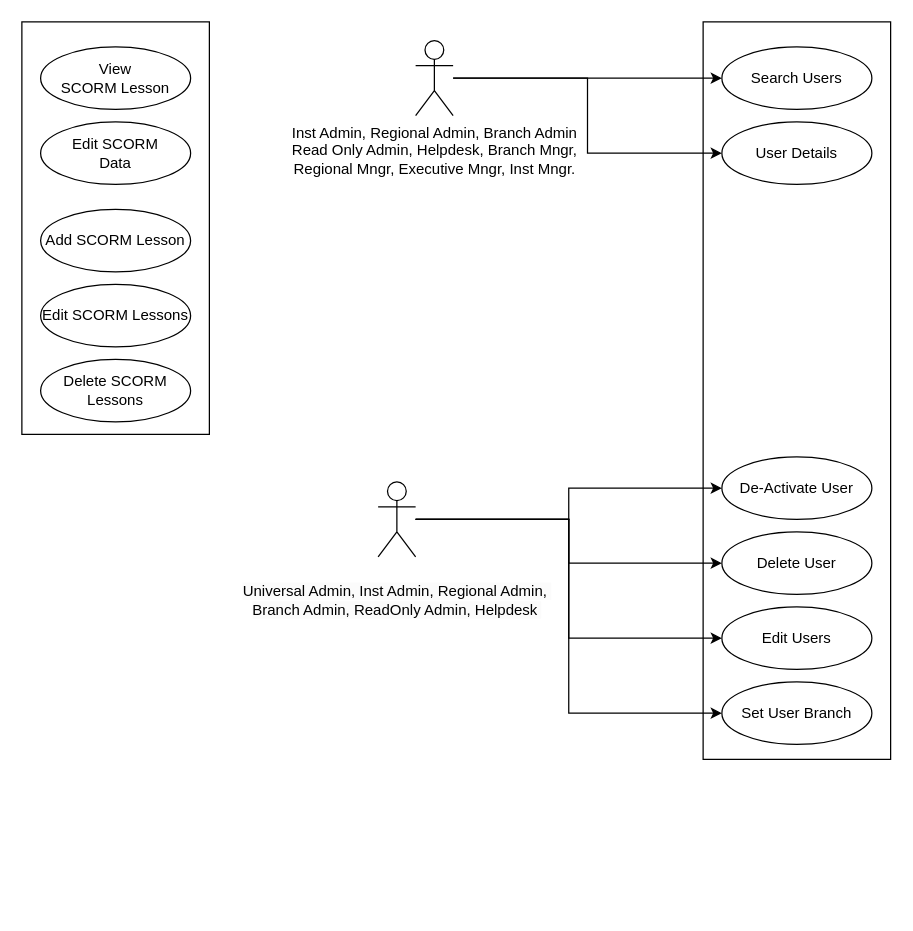
Earlier version of the draw.io diagram page "UC Users" (4 of 6) of Architecture_Document.drawio (ziaul-farooqui/regulatoryu). Source tidied: cells renumbered, new cells numbered last; positions are measured from the earlier drawing's top-left corner, leaving out a move shared by most shapes. Both pictures are drawn from the tidied source at 125%, with x=0, y=0 at pixel (21, 21).
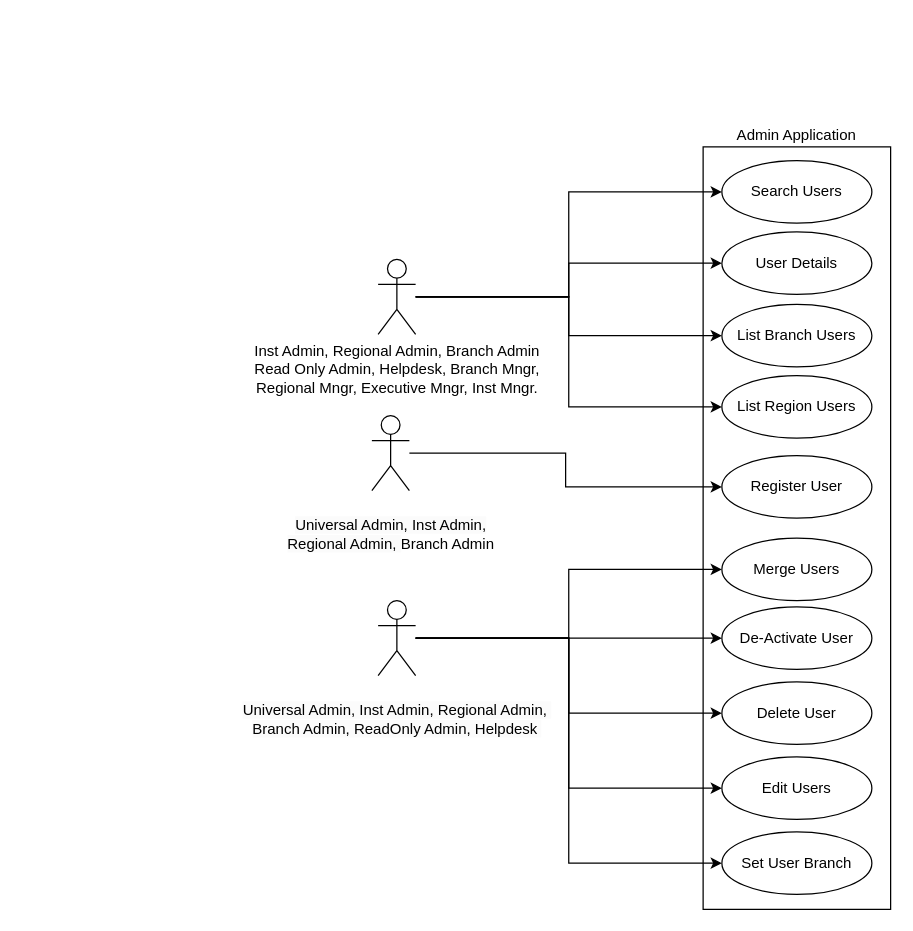
The same diagram, later.

The edit, as a diff of the source:
```diff
@@
-    <mxCell id="2" style="rounded=0;whiteSpace=wrap;html=1;" parent="1" vertex="1">
-      <mxGeometry width="150" height="330" as="geometry" />
-    </mxCell>
-    <mxCell id="3" style="rounded=0;whiteSpace=wrap;html=1;" parent="1" vertex="1">
-      <mxGeometry x="545" width="150" height="590" as="geometry" />
+    <mxCell id="3" value="Admin Application" style="rounded=0;whiteSpace=wrap;html=1;labelPosition=center;verticalLabelPosition=top;align=center;verticalAlign=bottom;" parent="1" vertex="1">
+      <mxGeometry x="545" y="100" width="150" height="610" as="geometry" />
     </mxCell>
     <mxCell id="4" value="Search Users" style="ellipse;whiteSpace=wrap;html=1;" parent="1" vertex="1">
-      <mxGeometry x="560" y="20" width="120" height="50" as="geometry" />
+      <mxGeometry x="560" y="111" width="120" height="50" as="geometry" />
     </mxCell>
@@
+    <mxCell id="23" style="edgeStyle=orthogonalEdgeStyle;rounded=0;jettySize=auto;html=1;entryX=0;entryY=0.5;entryDx=0;entryDy=0;" parent="1" edge="1" source="7" target="26">
+      <mxGeometry relative="1" as="geometry" />
+    </mxCell>
+    <mxCell id="24" style="edgeStyle=orthogonalEdgeStyle;rounded=0;jettySize=auto;html=1;entryX=0;entryY=0.5;entryDx=0;entryDy=0;" parent="1" edge="1" source="7" target="27">
+      <mxGeometry relative="1" as="geometry" />
+    </mxCell>
     <mxCell id="7" value="&lt;div&gt;&lt;div&gt;Inst Admin, Regional Admin, Branch Admin&lt;br&gt;Read Only Admin, Helpdesk, Branch Mngr,&lt;br&gt;Regional Mngr, Executive Mngr, Inst Mngr.&lt;br&gt;&lt;/div&gt;&lt;/div&gt;" style="shape=umlActor;verticalLabelPosition=bottom;verticalAlign=top;html=1;outlineConnect=0;" parent="1" vertex="1">
-      <mxGeometry x="315" y="15" width="30" height="60" as="geometry" />
+      <mxGeometry x="285" y="190" width="30" height="60" as="geometry" />
     </mxCell>
     <mxCell id="8" value="De-Activate User" style="ellipse;whiteSpace=wrap;html=1;" parent="1" vertex="1">
-      <mxGeometry x="560" y="348" width="120" height="50" as="geometry" />
+      <mxGeometry x="560" y="468" width="120" height="50" as="geometry" />
     </mxCell>
-    <mxCell id="9" style="edgeStyle=orthogonalEdgeStyle;rounded=0;jettySize=auto;html=1;" parent="1" edge="1" source="13" target="8">
+    <mxCell id="9" style="edgeStyle=orthogonalEdgeStyle;rounded=0;jettySize=auto;html=1;entryX=0;entryY=0.5;entryDx=0;entryDy=0;" parent="1" edge="1" source="13" target="8">
       <mxGeometry relative="1" as="geometry" />
     </mxCell>
@@
+    <mxCell id="25" style="edgeStyle=orthogonalEdgeStyle;rounded=0;jettySize=auto;html=1;entryX=0;entryY=0.5;entryDx=0;entryDy=0;" parent="1" edge="1" source="13" target="31">
+      <mxGeometry relative="1" as="geometry" />
+    </mxCell>
     <mxCell id="13" value="&lt;br&gt;&lt;span style=&quot;color: rgb(0, 0, 0); font-family: Helvetica; font-size: 12px; font-style: normal; font-variant-ligatures: normal; font-variant-caps: normal; font-weight: 400; letter-spacing: normal; orphans: 2; text-align: center; text-indent: 0px; text-transform: none; widows: 2; word-spacing: 0px; -webkit-text-stroke-width: 0px; white-space: nowrap; background-color: rgb(251, 251, 251); text-decoration-thickness: initial; text-decoration-style: initial; text-decoration-color: initial; display: inline !important; float: none;&quot;&gt;Universal Admin, Inst Admin, Regional Admin,&amp;nbsp;&lt;/span&gt;&lt;div&gt;&lt;span style=&quot;color: rgb(0, 0, 0); font-family: Helvetica; font-size: 12px; font-style: normal; font-variant-ligatures: normal; font-variant-caps: normal; font-weight: 400; letter-spacing: normal; orphans: 2; text-align: center; text-indent: 0px; text-transform: none; widows: 2; word-spacing: 0px; -webkit-text-stroke-width: 0px; white-space: nowrap; background-color: rgb(251, 251, 251); text-decoration-thickness: initial; text-decoration-style: initial; text-decoration-color: initial; display: inline !important; float: none;&quot;&gt;Branch Admin, ReadOnly Admin, Helpdesk&lt;/span&gt;&lt;span style=&quot;color: rgb(0, 0, 0); font-family: Helvetica; font-size: 12px; font-style: normal; font-variant-ligatures: normal; font-variant-caps: normal; font-weight: 400; letter-spacing: normal; orphans: 2; text-align: center; text-indent: 0px; text-transform: none; widows: 2; word-spacing: 0px; -webkit-text-stroke-width: 0px; white-space: nowrap; background-color: rgb(251, 251, 251); text-decoration-thickness: initial; text-decoration-style: initial; text-decoration-color: initial; display: inline !important; float: none;&quot;&gt;&amp;nbsp;&lt;/span&gt;&lt;div&gt;&lt;br&gt;&lt;/div&gt;&lt;/div&gt;" style="shape=umlActor;verticalLabelPosition=bottom;verticalAlign=top;html=1;outlineConnect=0;" parent="1" vertex="1">
-      <mxGeometry x="285" y="368" width="30" height="60" as="geometry" />
+      <mxGeometry x="285" y="463" width="30" height="60" as="geometry" />
     </mxCell>
     <mxCell id="14" value="Edit Users" style="ellipse;whiteSpace=wrap;html=1;" parent="1" vertex="1">
-      <mxGeometry x="560" y="468" width="120" height="50" as="geometry" />
+      <mxGeometry x="560" y="588" width="120" height="50" as="geometry" />
     </mxCell>
     <mxCell id="15" value="Set User Branch" style="ellipse;whiteSpace=wrap;html=1;" parent="1" vertex="1">
-      <mxGeometry x="560" y="528" width="120" height="50" as="geometry" />
+      <mxGeometry x="560" y="648" width="120" height="50" as="geometry" />
     </mxCell>
     <mxCell id="16" value="Delete User" style="ellipse;whiteSpace=wrap;html=1;" parent="1" vertex="1">
-      <mxGeometry x="560" y="408" width="120" height="50" as="geometry" />
+      <mxGeometry x="560" y="528" width="120" height="50" as="geometry" />
     </mxCell>
-    <mxCell id="17" value="View &lt;br&gt;SCORM Lesson" style="ellipse;whiteSpace=wrap;html=1;" parent="1" vertex="1">
-      <mxGeometry x="15" y="20" width="120" height="50" as="geometry" />
-    </mxCell>
-    <mxCell id="18" value="Edit SCORM&lt;br&gt;Data" style="ellipse;whiteSpace=wrap;html=1;" parent="1" vertex="1">
-      <mxGeometry x="15" y="80" width="120" height="50" as="geometry" />
-    </mxCell>
-    <mxCell id="19" value="Edit SCORM Lessons" style="ellipse;whiteSpace=wrap;html=1;" parent="1" vertex="1">
-      <mxGeometry x="15" y="210" width="120" height="50" as="geometry" />
-    </mxCell>
-    <mxCell id="20" value="Delete SCORM Lessons" style="ellipse;whiteSpace=wrap;html=1;" parent="1" vertex="1">
-      <mxGeometry x="15" y="270" width="120" height="50" as="geometry" />
-    </mxCell>
-    <mxCell id="21" value="Add SCORM Lesson" style="ellipse;whiteSpace=wrap;html=1;" parent="1" vertex="1">
-      <mxGeometry x="15" y="150" width="120" height="50" as="geometry" />
-    </mxCell>
     <mxCell id="22" value="User Details" style="ellipse;whiteSpace=wrap;html=1;" parent="1" vertex="1">
-      <mxGeometry x="560" y="80" width="120" height="50" as="geometry" />
+      <mxGeometry x="560" y="168" width="120" height="50" as="geometry" />
     </mxCell>
+    <mxCell id="26" value="List Branch Users" style="ellipse;whiteSpace=wrap;html=1;" parent="1" vertex="1">
+      <mxGeometry x="560" y="226" width="120" height="50" as="geometry" />
+    </mxCell>
+    <mxCell id="27" value="List Region Users" style="ellipse;whiteSpace=wrap;html=1;" parent="1" vertex="1">
+      <mxGeometry x="560" y="283" width="120" height="50" as="geometry" />
+    </mxCell>
+    <mxCell id="28" style="edgeStyle=orthogonalEdgeStyle;rounded=0;jettySize=auto;html=1;entryX=0;entryY=0.5;entryDx=0;entryDy=0;" parent="1" edge="1" source="29" target="30">
+      <mxGeometry relative="1" as="geometry" />
+    </mxCell>
+    <mxCell id="29" value="&lt;br&gt;&lt;span style=&quot;color: rgb(0, 0, 0); font-family: Helvetica; font-size: 12px; font-style: normal; font-variant-ligatures: normal; font-variant-caps: normal; font-weight: 400; letter-spacing: normal; orphans: 2; text-align: center; text-indent: 0px; text-transform: none; widows: 2; word-spacing: 0px; -webkit-text-stroke-width: 0px; white-space: nowrap; background-color: rgb(251, 251, 251); text-decoration-thickness: initial; text-decoration-style: initial; text-decoration-color: initial; display: inline !important; float: none;&quot;&gt;Universal Admin, Inst Admin, &lt;br&gt;Regional Admin,&amp;nbsp;&lt;/span&gt;Branch Admin&lt;div&gt;&lt;div&gt;&lt;br&gt;&lt;/div&gt;&lt;/div&gt;" style="shape=umlActor;verticalLabelPosition=bottom;verticalAlign=top;html=1;outlineConnect=0;" parent="1" vertex="1">
+      <mxGeometry x="280" y="315" width="30" height="60" as="geometry" />
+    </mxCell>
+    <mxCell id="30" value="Register User" style="ellipse;whiteSpace=wrap;html=1;" parent="1" vertex="1">
+      <mxGeometry x="560" y="347" width="120" height="50" as="geometry" />
+    </mxCell>
+    <mxCell id="31" value="Merge Users" style="ellipse;whiteSpace=wrap;html=1;" parent="1" vertex="1">
+      <mxGeometry x="560" y="413" width="120" height="50" as="geometry" />
+    </mxCell>
```
